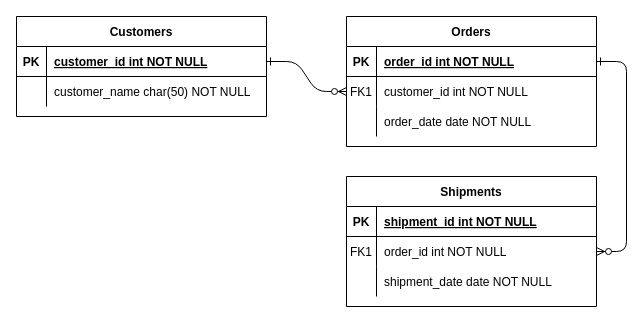
instance13/diagrams keeps this draw.io diagram as musical-axonomists.drawio. Above is the earlier version. Source tidied: cells renumbered, new cells numbered last; positions are measured from the earlier drawing's top-left corner, leaving out a move shared by most shapes. Both pictures are drawn from the tidied source at 100%, with x=0, y=0 at pixel (16, 16).
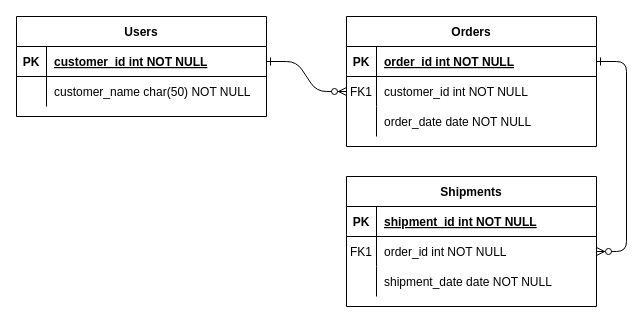
The same page after the edit.

Change to the diagram source:
```diff
@@
-    <mxCell id="24" value="Customers" style="shape=table;startSize=30;childLayout=tableLayout;rowLines=0;fontStyle=1;align=center;" parent="1" vertex="1">
+    <mxCell id="24" value="Users" style="shape=table;startSize=30;childLayout=tableLayout;rowLines=0;fontStyle=1;align=center;" parent="1" vertex="1">
       <mxGeometry width="250" height="100" as="geometry" />
     </mxCell>
```
